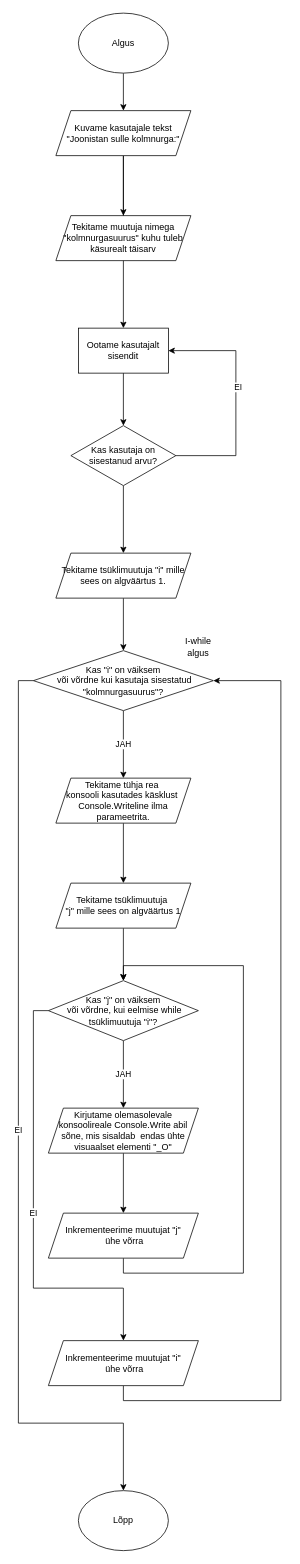
Coorv/Tsyklid keeps this draw.io diagram as While/While/kolmnurk.drawio. Above is the earlier version. Source tidied: cells renumbered, new cells numbered last; positions are measured from the earlier drawing's top-left corner, leaving out a move shared by most shapes. Both pictures are drawn from the tidied source at 75%, with x=0, y=0 at pixel (18, 13).
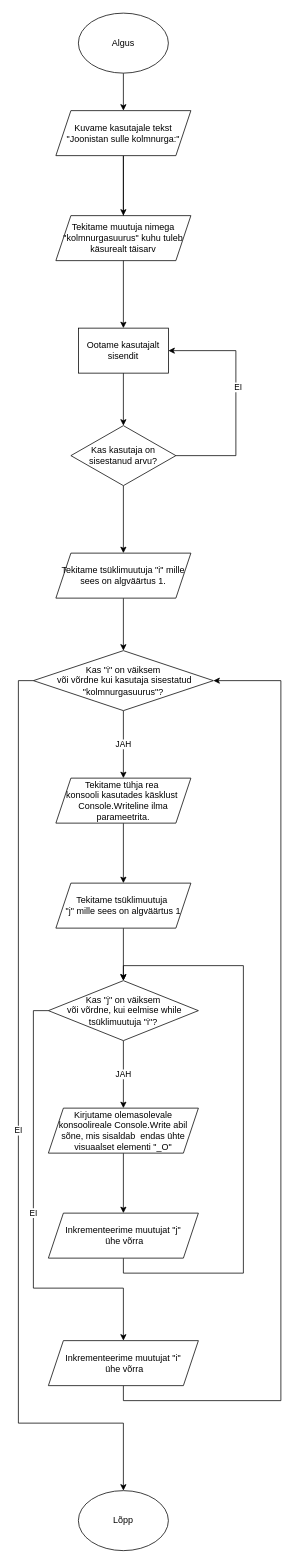
The same page after the edit.

What changed in the source:
```diff
@@
-    <mxCell id="23" value="I-while algus" style="text;html=1;align=center;verticalAlign=middle;whiteSpace=wrap;rounded=0;" parent="1" vertex="1">
-      <mxGeometry x="210" y="830" width="60" height="30" as="geometry" />
-    </mxCell>
```
